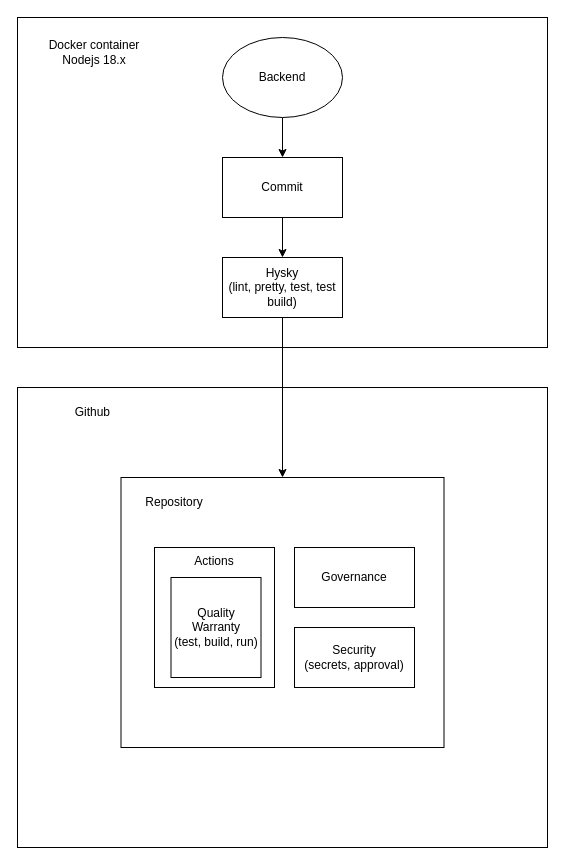
Before: page "Backend Quality Warranty" (2 of 5) of bunge.drawio in gabriel-rodrigues-f/sap-api-management-architectural-diagrams, a draw.io diagram. Source tidied: cells renumbered, new cells numbered last; positions are measured from the earlier drawing's top-left corner, leaving out a move shared by most shapes. Both pictures are drawn from the tidied source at 100%, with x=0, y=0 at pixel (17, 17).
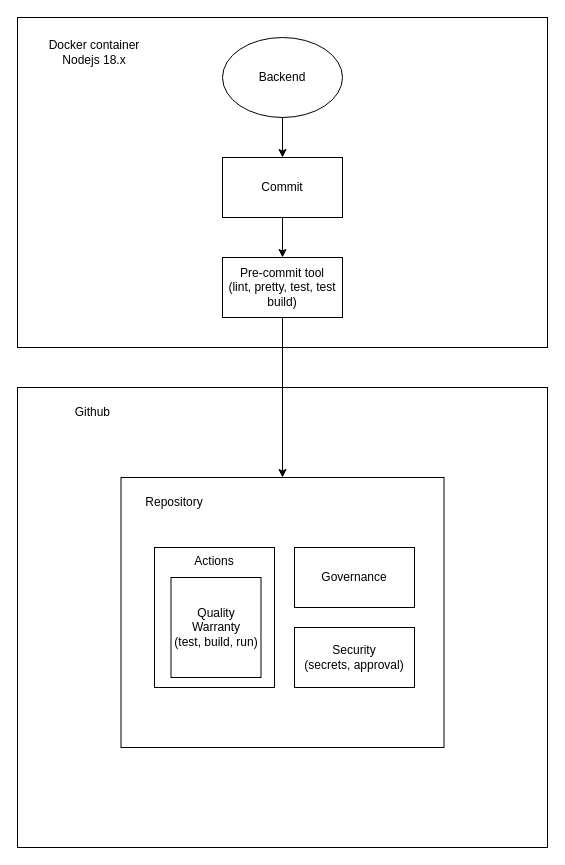
The same diagram, later.

Commit message:
chore: update quality warranty

The edit, as a diff of the source:
```diff
@@
 <mxGraphModel>
   <root>
     <mxCell id="0" />
     <mxCell id="1" parent="0" />
     <mxCell id="2" style="rounded=0;whiteSpace=wrap;html=1;" parent="1" vertex="1">
       <mxGeometry y="370" width="530" height="460" as="geometry" />
     </mxCell>
     <mxCell id="3" style="rounded=0;whiteSpace=wrap;html=1;" parent="1" vertex="1">
       <mxGeometry width="530" height="330" as="geometry" />
     </mxCell>
     <mxCell id="4" style="edgeStyle=orthogonalEdgeStyle;rounded=0;jettySize=auto;html=1;entryX=0.5;entryY=0;entryDx=0;entryDy=0;" parent="1" edge="1" source="5" target="7">
       <mxGeometry relative="1" as="geometry" />
     </mxCell>
     <mxCell id="5" value="Backend" style="ellipse;whiteSpace=wrap;html=1;" parent="1" vertex="1">
       <mxGeometry x="205" y="20" width="120" height="80" as="geometry" />
     </mxCell>
     <mxCell id="6" style="edgeStyle=orthogonalEdgeStyle;rounded=0;jettySize=auto;html=1;" parent="1" edge="1" source="7" target="9">
       <mxGeometry relative="1" as="geometry" />
     </mxCell>
     <mxCell id="7" value="Commit" style="rounded=0;whiteSpace=wrap;html=1;" parent="1" vertex="1">
       <mxGeometry x="205" y="140" width="120" height="60" as="geometry" />
     </mxCell>
     <mxCell id="8" style="edgeStyle=orthogonalEdgeStyle;rounded=0;jettySize=auto;html=1;" parent="1" edge="1" source="9" target="13">
       <mxGeometry relative="1" as="geometry" />
     </mxCell>
-    <mxCell id="9" value="Hysky&lt;br&gt;(lint, pretty, test, test build)" style="rounded=0;whiteSpace=wrap;html=1;" parent="1" vertex="1">
+    <mxCell id="9" value="Pre-commit tool&lt;br&gt;(lint, pretty, test, test build)" style="rounded=0;whiteSpace=wrap;html=1;" parent="1" vertex="1">
       <mxGeometry x="205" y="240" width="120" height="60" as="geometry" />
     </mxCell>
     <mxCell id="10" value="Docker container Nodejs 18.x" style="text;html=1;strokeColor=none;fillColor=none;align=center;verticalAlign=middle;whiteSpace=wrap;rounded=0;" parent="1" vertex="1">
       <mxGeometry x="17" y="20" width="120" height="30" as="geometry" />
     </mxCell>
     <mxCell id="11" value="Github&amp;nbsp;" style="text;html=1;strokeColor=none;fillColor=none;align=center;verticalAlign=middle;whiteSpace=wrap;rounded=0;" parent="1" vertex="1">
       <mxGeometry x="17" y="380" width="120" height="30" as="geometry" />
     </mxCell>
     <mxCell id="12" style="group;" parent="1" vertex="1">
       <mxGeometry x="103.5" y="460" width="323" height="270" as="geometry" />
     </mxCell>
     <mxCell id="13" style="rounded=0;whiteSpace=wrap;html=1;" parent="12" vertex="1">
       <mxGeometry width="323" height="270" as="geometry" />
     </mxCell>
     <mxCell id="14" value="Repository" style="text;html=1;strokeColor=none;fillColor=none;align=center;verticalAlign=middle;whiteSpace=wrap;rounded=0;" parent="12" vertex="1">
       <mxGeometry x="23.5" y="10" width="60" height="30" as="geometry" />
     </mxCell>
     <mxCell id="15" value="Governance" style="rounded=0;whiteSpace=wrap;html=1;" parent="12" vertex="1">
       <mxGeometry x="173.5" y="70" width="120" height="60" as="geometry" />
     </mxCell>
     <mxCell id="16" value="Actions" style="rounded=0;whiteSpace=wrap;html=1;verticalAlign=top;" parent="12" vertex="1">
       <mxGeometry x="33.5" y="70" width="120" height="140" as="geometry" />
     </mxCell>
     <mxCell id="17" value="Security&lt;br&gt;(secrets,&amp;nbsp;approval)" style="rounded=0;whiteSpace=wrap;html=1;" parent="12" vertex="1">
       <mxGeometry x="173.5" y="150" width="120" height="60" as="geometry" />
     </mxCell>
     <mxCell id="18" value="Quality Warranty&lt;br&gt;(test, build, run)" style="rounded=0;whiteSpace=wrap;html=1;" parent="12" vertex="1">
       <mxGeometry x="50" y="100" width="90" height="100" as="geometry" />
     </mxCell>
   </root>
 </mxGraphModel>
```
